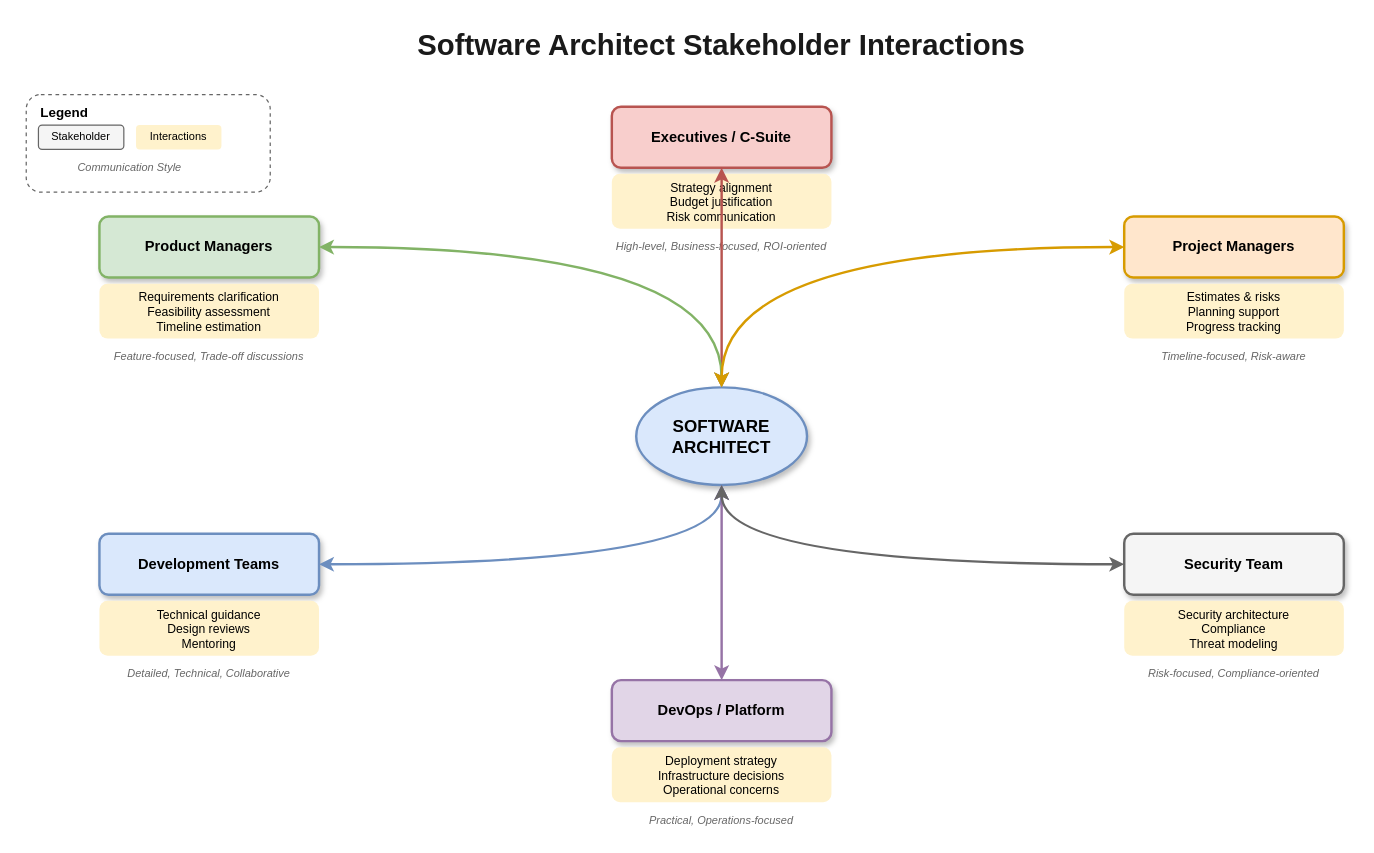
The draw.io diagram lesson-00-software-architect-overview/01-how-a-software-architect-works/1.5-stakeholder-interactions.drawio in MrParkerZ7/document-lesson-software-architect-x-claude, before the edit. Source tidied: cells renumbered, new cells numbered last; positions are measured from the earlier drawing's top-left corner, leaving out a move shared by most shapes. Both pictures are drawn from the tidied source at 122%, with x=0, y=0 at pixel (26, 21).
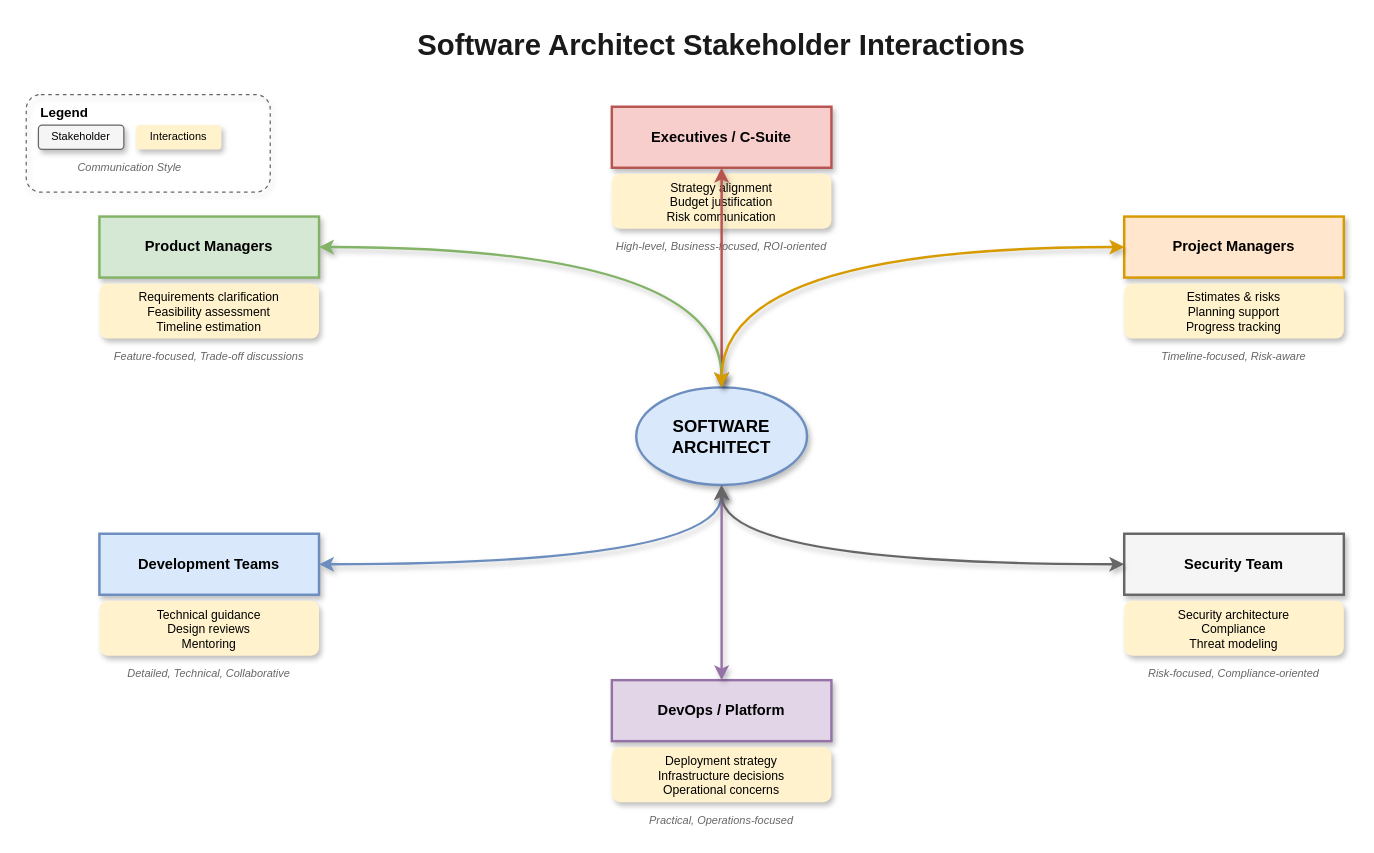
After the change.

The change refers to these unchanged cells:
```xml
<mxCell id="3" value="SOFTWARE&#10;ARCHITECT" style="ellipse;whiteSpace=wrap;html=1;fillColor=#dae8fc;strokeColor=#6c8ebf;fontSize=14;fontStyle=1;shadow=1;strokeWidth=2;" parent="1" vertex="1">
  <mxGeometry x="500" y="300" width="140" height="80" as="geometry" />
</mxCell>
```

The edit, as a diff of the source:
```diff
@@
-    <mxCell id="4" value="Executives / C-Suite" style="rounded=1;whiteSpace=wrap;html=1;fillColor=#f8cecc;strokeColor=#b85450;fontSize=12;fontStyle=1;shadow=1;strokeWidth=2;" parent="1" vertex="1">
+    <mxCell id="4" value="Executives / C-Suite" style="rounded=0;whiteSpace=wrap;html=1;fillColor=#f8cecc;strokeColor=#b85450;fontSize=12;fontStyle=1;shadow=1;strokeWidth=2;" parent="1" vertex="1">
       <mxGeometry x="480" y="70" width="180" height="50" as="geometry" />
     </mxCell>
-    <mxCell id="5" value="Strategy alignment&#10;Budget justification&#10;Risk communication" style="text;html=1;strokeColor=none;fillColor=#fff2cc;align=center;verticalAlign=middle;whiteSpace=wrap;rounded=1;fontSize=10;strokeWidth=1;" parent="1" vertex="1">
+    <mxCell id="5" value="Strategy alignment&#10;Budget justification&#10;Risk communication" style="text;html=1;strokeColor=none;fillColor=#fff2cc;align=center;verticalAlign=middle;whiteSpace=wrap;rounded=1;fontSize=10;strokeWidth=1;shadow=1;" parent="1" vertex="1">
       <mxGeometry x="480" y="125" width="180" height="45" as="geometry" />
     </mxCell>
@@
-    <mxCell id="7" style="edgeStyle=orthogonalEdgeStyle;curved=1;rounded=1;html=1;strokeColor=#b85450;strokeWidth=2;endArrow=classic;endFill=1;startArrow=classic;startFill=1;jumpStyle=arc;jumpSize=10;" parent="1" edge="1" source="4" target="3">
+    <mxCell id="7" style="edgeStyle=orthogonalEdgeStyle;curved=1;rounded=0;html=1;strokeColor=#b85450;strokeWidth=2;endArrow=classic;endFill=1;startArrow=classic;startFill=1;jumpStyle=arc;jumpSize=10;shadow=1;flowAnimation=1;" parent="1" edge="1" source="4" target="3">
       <mxGeometry relative="1" as="geometry" />
     </mxCell>
-    <mxCell id="8" value="Product Managers" style="rounded=1;whiteSpace=wrap;html=1;fillColor=#d5e8d4;strokeColor=#82b366;fontSize=12;fontStyle=1;shadow=1;strokeWidth=2;" parent="1" vertex="1">
+    <mxCell id="8" value="Product Managers" style="rounded=0;whiteSpace=wrap;html=1;fillColor=#d5e8d4;strokeColor=#82b366;fontSize=12;fontStyle=1;shadow=1;strokeWidth=2;" parent="1" vertex="1">
       <mxGeometry x="60" y="160" width="180" height="50" as="geometry" />
     </mxCell>
-    <mxCell id="9" value="Requirements clarification&#10;Feasibility assessment&#10;Timeline estimation" style="text;html=1;strokeColor=none;fillColor=#fff2cc;align=center;verticalAlign=middle;whiteSpace=wrap;rounded=1;fontSize=10;strokeWidth=1;" parent="1" vertex="1">
+    <mxCell id="9" value="Requirements clarification&#10;Feasibility assessment&#10;Timeline estimation" style="text;html=1;strokeColor=none;fillColor=#fff2cc;align=center;verticalAlign=middle;whiteSpace=wrap;rounded=1;fontSize=10;strokeWidth=1;shadow=1;" parent="1" vertex="1">
       <mxGeometry x="60" y="215" width="180" height="45" as="geometry" />
     </mxCell>
@@
-    <mxCell id="11" style="edgeStyle=orthogonalEdgeStyle;curved=1;rounded=1;html=1;strokeColor=#82b366;strokeWidth=2;endArrow=classic;endFill=1;startArrow=classic;startFill=1;jumpStyle=arc;jumpSize=10;" parent="1" edge="1" source="8" target="3">
+    <mxCell id="11" style="edgeStyle=orthogonalEdgeStyle;curved=1;rounded=0;html=1;strokeColor=#82b366;strokeWidth=2;endArrow=classic;endFill=1;startArrow=classic;startFill=1;jumpStyle=arc;jumpSize=10;shadow=1;flowAnimation=1;" parent="1" edge="1" source="8" target="3">
       <mxGeometry relative="1" as="geometry" />
     </mxCell>
-    <mxCell id="12" value="Development Teams" style="rounded=1;whiteSpace=wrap;html=1;fillColor=#dae8fc;strokeColor=#6c8ebf;fontSize=12;fontStyle=1;shadow=1;strokeWidth=2;" parent="1" vertex="1">
+    <mxCell id="12" value="Development Teams" style="rounded=0;whiteSpace=wrap;html=1;fillColor=#dae8fc;strokeColor=#6c8ebf;fontSize=12;fontStyle=1;shadow=1;strokeWidth=2;" parent="1" vertex="1">
       <mxGeometry x="60" y="420" width="180" height="50" as="geometry" />
     </mxCell>
-    <mxCell id="13" value="Technical guidance&#10;Design reviews&#10;Mentoring" style="text;html=1;strokeColor=none;fillColor=#fff2cc;align=center;verticalAlign=middle;whiteSpace=wrap;rounded=1;fontSize=10;strokeWidth=1;" parent="1" vertex="1">
+    <mxCell id="13" value="Technical guidance&#10;Design reviews&#10;Mentoring" style="text;html=1;strokeColor=none;fillColor=#fff2cc;align=center;verticalAlign=middle;whiteSpace=wrap;rounded=1;fontSize=10;strokeWidth=1;shadow=1;" parent="1" vertex="1">
       <mxGeometry x="60" y="475" width="180" height="45" as="geometry" />
     </mxCell>
@@
-    <mxCell id="15" style="edgeStyle=orthogonalEdgeStyle;curved=1;rounded=1;html=1;strokeColor=#6c8ebf;strokeWidth=2;endArrow=classic;endFill=1;startArrow=classic;startFill=1;jumpStyle=arc;jumpSize=10;" parent="1" edge="1" source="12" target="3">
+    <mxCell id="15" style="edgeStyle=orthogonalEdgeStyle;curved=1;rounded=0;html=1;strokeColor=#6c8ebf;strokeWidth=2;endArrow=classic;endFill=1;startArrow=classic;startFill=1;jumpStyle=arc;jumpSize=10;shadow=1;flowAnimation=1;" parent="1" edge="1" source="12" target="3">
       <mxGeometry relative="1" as="geometry" />
     </mxCell>
-    <mxCell id="16" value="Project Managers" style="rounded=1;whiteSpace=wrap;html=1;fillColor=#ffe6cc;strokeColor=#d79b00;fontSize=12;fontStyle=1;shadow=1;strokeWidth=2;" parent="1" vertex="1">
+    <mxCell id="16" value="Project Managers" style="rounded=0;whiteSpace=wrap;html=1;fillColor=#ffe6cc;strokeColor=#d79b00;fontSize=12;fontStyle=1;shadow=1;strokeWidth=2;" parent="1" vertex="1">
       <mxGeometry x="900" y="160" width="180" height="50" as="geometry" />
     </mxCell>
-    <mxCell id="17" value="Estimates &amp; risks&#10;Planning support&#10;Progress tracking" style="text;html=1;strokeColor=none;fillColor=#fff2cc;align=center;verticalAlign=middle;whiteSpace=wrap;rounded=1;fontSize=10;strokeWidth=1;" parent="1" vertex="1">
+    <mxCell id="17" value="Estimates &amp; risks&#10;Planning support&#10;Progress tracking" style="text;html=1;strokeColor=none;fillColor=#fff2cc;align=center;verticalAlign=middle;whiteSpace=wrap;rounded=1;fontSize=10;strokeWidth=1;shadow=1;" parent="1" vertex="1">
       <mxGeometry x="900" y="215" width="180" height="45" as="geometry" />
     </mxCell>
@@
-    <mxCell id="19" style="edgeStyle=orthogonalEdgeStyle;curved=1;rounded=1;html=1;strokeColor=#d79b00;strokeWidth=2;endArrow=classic;endFill=1;startArrow=classic;startFill=1;jumpStyle=arc;jumpSize=10;" parent="1" edge="1" source="16" target="3">
+    <mxCell id="19" style="edgeStyle=orthogonalEdgeStyle;curved=1;rounded=0;html=1;strokeColor=#d79b00;strokeWidth=2;endArrow=classic;endFill=1;startArrow=classic;startFill=1;jumpStyle=arc;jumpSize=10;shadow=1;flowAnimation=1;" parent="1" edge="1" source="16" target="3">
       <mxGeometry relative="1" as="geometry" />
     </mxCell>
-    <mxCell id="20" value="DevOps / Platform" style="rounded=1;whiteSpace=wrap;html=1;fillColor=#e1d5e7;strokeColor=#9673a6;fontSize=12;fontStyle=1;shadow=1;strokeWidth=2;" parent="1" vertex="1">
+    <mxCell id="20" value="DevOps / Platform" style="rounded=0;whiteSpace=wrap;html=1;fillColor=#e1d5e7;strokeColor=#9673a6;fontSize=12;fontStyle=1;shadow=1;strokeWidth=2;" parent="1" vertex="1">
       <mxGeometry x="480" y="540" width="180" height="50" as="geometry" />
     </mxCell>
-    <mxCell id="21" value="Deployment strategy&#10;Infrastructure decisions&#10;Operational concerns" style="text;html=1;strokeColor=none;fillColor=#fff2cc;align=center;verticalAlign=middle;whiteSpace=wrap;rounded=1;fontSize=10;strokeWidth=1;" parent="1" vertex="1">
+    <mxCell id="21" value="Deployment strategy&#10;Infrastructure decisions&#10;Operational concerns" style="text;html=1;strokeColor=none;fillColor=#fff2cc;align=center;verticalAlign=middle;whiteSpace=wrap;rounded=1;fontSize=10;strokeWidth=1;shadow=1;" parent="1" vertex="1">
       <mxGeometry x="480" y="595" width="180" height="45" as="geometry" />
     </mxCell>
@@
-    <mxCell id="23" style="edgeStyle=orthogonalEdgeStyle;curved=1;rounded=1;html=1;strokeColor=#9673a6;strokeWidth=2;endArrow=classic;endFill=1;startArrow=classic;startFill=1;jumpStyle=arc;jumpSize=10;" parent="1" edge="1" source="20" target="3">
+    <mxCell id="23" style="edgeStyle=orthogonalEdgeStyle;curved=1;rounded=0;html=1;strokeColor=#9673a6;strokeWidth=2;endArrow=classic;endFill=1;startArrow=classic;startFill=1;jumpStyle=arc;jumpSize=10;shadow=1;flowAnimation=1;" parent="1" edge="1" source="20" target="3">
       <mxGeometry relative="1" as="geometry" />
     </mxCell>
-    <mxCell id="24" value="Security Team" style="rounded=1;whiteSpace=wrap;html=1;fillColor=#f5f5f5;strokeColor=#666666;fontSize=12;fontStyle=1;shadow=1;strokeWidth=2;" parent="1" vertex="1">
+    <mxCell id="24" value="Security Team" style="rounded=0;whiteSpace=wrap;html=1;fillColor=#f5f5f5;strokeColor=#666666;fontSize=12;fontStyle=1;shadow=1;strokeWidth=2;" parent="1" vertex="1">
       <mxGeometry x="900" y="420" width="180" height="50" as="geometry" />
     </mxCell>
-    <mxCell id="25" value="Security architecture&#10;Compliance&#10;Threat modeling" style="text;html=1;strokeColor=none;fillColor=#fff2cc;align=center;verticalAlign=middle;whiteSpace=wrap;rounded=1;fontSize=10;strokeWidth=1;" parent="1" vertex="1">
+    <mxCell id="25" value="Security architecture&#10;Compliance&#10;Threat modeling" style="text;html=1;strokeColor=none;fillColor=#fff2cc;align=center;verticalAlign=middle;whiteSpace=wrap;rounded=1;fontSize=10;strokeWidth=1;shadow=1;" parent="1" vertex="1">
       <mxGeometry x="900" y="475" width="180" height="45" as="geometry" />
     </mxCell>
@@
-    <mxCell id="27" style="edgeStyle=orthogonalEdgeStyle;curved=1;rounded=1;html=1;strokeColor=#666666;strokeWidth=2;endArrow=classic;endFill=1;startArrow=classic;startFill=1;jumpStyle=arc;jumpSize=10;" parent="1" edge="1" source="24" target="3">
+    <mxCell id="27" style="edgeStyle=orthogonalEdgeStyle;curved=1;rounded=0;html=1;strokeColor=#666666;strokeWidth=2;endArrow=classic;endFill=1;startArrow=classic;startFill=1;jumpStyle=arc;jumpSize=10;shadow=1;flowAnimation=1;" parent="1" edge="1" source="24" target="3">
       <mxGeometry relative="1" as="geometry" />
     </mxCell>
-    <mxCell id="28" style="rounded=1;whiteSpace=wrap;html=1;fillColor=none;strokeColor=#666666;strokeWidth=1;dashed=1;" parent="1" vertex="1">
+    <mxCell id="28" style="rounded=1;whiteSpace=wrap;html=1;fillColor=none;strokeColor=#666666;strokeWidth=1;dashed=1;shadow=1;" parent="1" vertex="1">
       <mxGeometry y="60" width="200" height="80" as="geometry" />
     </mxCell>
@@
-    <mxCell id="30" value="Stakeholder" style="rounded=1;whiteSpace=wrap;html=1;fillColor=#f5f5f5;strokeColor=#666666;fontSize=9;" parent="1" vertex="1">
+    <mxCell id="30" value="Stakeholder" style="rounded=1;whiteSpace=wrap;html=1;fillColor=#f5f5f5;strokeColor=#666666;fontSize=9;shadow=1;" parent="1" vertex="1">
       <mxGeometry x="10" y="85" width="70" height="20" as="geometry" />
     </mxCell>
-    <mxCell id="31" value="Interactions" style="text;html=1;strokeColor=none;fillColor=#fff2cc;align=center;verticalAlign=middle;whiteSpace=wrap;rounded=1;fontSize=9;" parent="1" vertex="1">
+    <mxCell id="31" value="Interactions" style="text;html=1;strokeColor=none;fillColor=#fff2cc;align=center;verticalAlign=middle;whiteSpace=wrap;rounded=1;fontSize=9;shadow=1;" parent="1" vertex="1">
       <mxGeometry x="90" y="85" width="70" height="20" as="geometry" />
     </mxCell>
```
